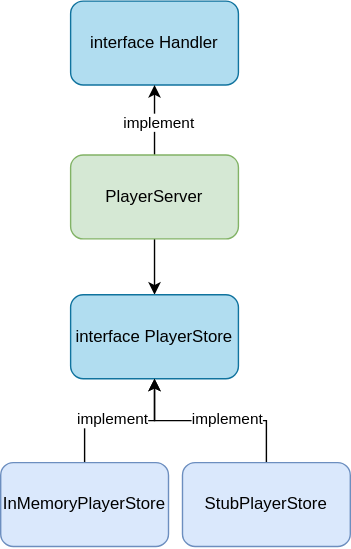
Earlier version of the draw.io export learn-go-with-tests/02-build-an-application/docs/step2.drawio.svg (nakamasato/golang-training). Source tidied: cells renumbered, new cells last; positions are measured from the earlier drawing's top-left corner, leaving out a move shared by most shapes. Source of this version:
```xml
<mxGraphModel>
  <root>
    <mxCell id="0" />
    <mxCell id="1" parent="0" />
    <mxCell id="2" value="interface Handler" style="rounded=1;whiteSpace=wrap;html=1;fillColor=#b1ddf0;strokeColor=#10739e;" parent="1" vertex="1">
      <mxGeometry x="50" width="120" height="60" as="geometry" />
    </mxCell>
    <mxCell id="3" style="edgeStyle=orthogonalEdgeStyle;rounded=0;jettySize=auto;html=1;" parent="1" edge="1" source="6" target="2">
      <mxGeometry relative="1" as="geometry" />
    </mxCell>
    <mxCell id="4" value="implement" style="edgeLabel;html=1;align=center;verticalAlign=middle;" parent="3" vertex="1">
      <mxGeometry x="-0.08" y="-3" relative="1" as="geometry" />
    </mxCell>
    <mxCell id="5" style="edgeStyle=orthogonalEdgeStyle;rounded=0;jettySize=auto;html=1;" parent="1" edge="1" source="6" target="7">
      <mxGeometry relative="1" as="geometry" />
    </mxCell>
    <mxCell id="6" value="PlayerServer" style="rounded=1;whiteSpace=wrap;html=1;fillColor=#d5e8d4;strokeColor=#82b366;" parent="1" vertex="1">
      <mxGeometry x="50" y="110" width="120" height="60" as="geometry" />
    </mxCell>
    <mxCell id="7" value="interface PlayerStore" style="rounded=1;whiteSpace=wrap;html=1;fillColor=#b1ddf0;strokeColor=#10739e;" parent="1" vertex="1">
      <mxGeometry x="50" y="210" width="120" height="60" as="geometry" />
    </mxCell>
    <mxCell id="8" style="edgeStyle=orthogonalEdgeStyle;rounded=0;jettySize=auto;html=1;" parent="1" edge="1" source="10" target="7">
      <mxGeometry relative="1" as="geometry" />
    </mxCell>
    <mxCell id="9" value="implement" style="edgeLabel;html=1;align=center;verticalAlign=middle;" parent="8" vertex="1">
      <mxGeometry x="-0.11" y="1" relative="1" as="geometry" />
    </mxCell>
    <mxCell id="10" value="InMemoryPlayerStore" style="rounded=1;whiteSpace=wrap;html=1;fillColor=#dae8fc;strokeColor=#6c8ebf;" parent="1" vertex="1">
      <mxGeometry y="330" width="120" height="60" as="geometry" />
    </mxCell>
    <mxCell id="11" style="edgeStyle=orthogonalEdgeStyle;rounded=0;jettySize=auto;html=1;exitX=0.5;exitY=0;exitDx=0;exitDy=0;" parent="1" edge="1" source="13">
      <mxGeometry relative="1" as="geometry">
        <mxPoint x="110" y="270" as="targetPoint" />
        <Array as="points">
          <mxPoint x="190" y="300" />
          <mxPoint x="110" y="300" />
        </Array>
      </mxGeometry>
    </mxCell>
    <mxCell id="12" value="implement" style="edgeLabel;html=1;align=center;verticalAlign=middle;" parent="11" vertex="1">
      <mxGeometry x="-0.17" y="-1" relative="1" as="geometry" />
    </mxCell>
    <mxCell id="13" value="StubPlayerStore" style="rounded=1;whiteSpace=wrap;html=1;fillColor=#dae8fc;strokeColor=#6c8ebf;" parent="1" vertex="1">
      <mxGeometry x="130" y="330" width="120" height="60" as="geometry" />
    </mxCell>
  </root>
</mxGraphModel>
```
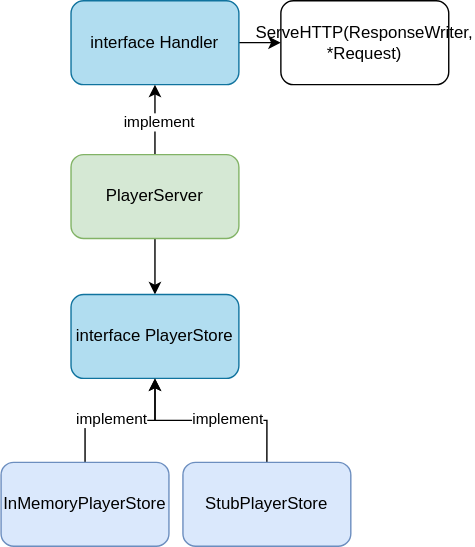
After the change.

The edit, as a diff of the source:
```diff
@@ -2,6 +2,9 @@
   <root>
     <mxCell id="0" />
     <mxCell id="1" parent="0" />
+    <mxCell id="14" style="edgeStyle=orthogonalEdgeStyle;rounded=0;jettySize=auto;html=1;" parent="1" edge="1" source="2" target="15">
+      <mxGeometry relative="1" as="geometry" />
+    </mxCell>
     <mxCell id="2" value="interface Handler" style="rounded=1;whiteSpace=wrap;html=1;fillColor=#b1ddf0;strokeColor=#10739e;" parent="1" vertex="1">
       <mxGeometry x="50" width="120" height="60" as="geometry" />
     </mxCell>
@@ -44,5 +47,8 @@
     <mxCell id="13" value="StubPlayerStore" style="rounded=1;whiteSpace=wrap;html=1;fillColor=#dae8fc;strokeColor=#6c8ebf;" parent="1" vertex="1">
       <mxGeometry x="130" y="330" width="120" height="60" as="geometry" />
     </mxCell>
+    <mxCell id="15" value="ServeHTTP(ResponseWriter, *Request)" style="whiteSpace=wrap;html=1;rounded=1;fillColor=none;" parent="1" vertex="1">
+      <mxGeometry x="200" width="120" height="60" as="geometry" />
+    </mxCell>
   </root>
 </mxGraphModel>
```
